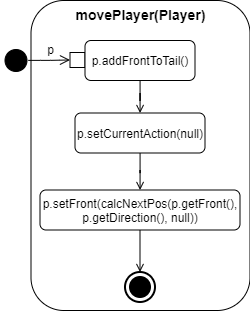
The draw.io diagram Doku/images/AD_movePlayer.png in KjellooMelloo/gameoftrons, before a commit. Source tidied: cells renumbered, new cells last; positions are measured from the earlier drawing's top-left corner, leaving out a move shared by most shapes. Source of this version:
```xml
<mxGraphModel>
  <root>
    <mxCell id="0" />
    <mxCell id="1" parent="0" />
    <mxCell id="2" value="&lt;b&gt;&lt;font style=&quot;font-size: 14px&quot;&gt;movePlayer(Player)&lt;/font&gt;&lt;/b&gt;" style="rounded=1;whiteSpace=wrap;html=1;align=center;verticalAlign=top;" parent="1" vertex="1">
      <mxGeometry x="30.5" width="219" height="310" as="geometry" />
    </mxCell>
    <mxCell id="3" style="ellipse;html=1;shape=startState;fillColor=#000000;strokeColor=#000000;align=center;" parent="1" vertex="1">
      <mxGeometry x="0.5" y="45" width="30" height="30" as="geometry" />
    </mxCell>
    <mxCell id="4" style="edgeStyle=orthogonalEdgeStyle;html=1;verticalAlign=bottom;endArrow=open;endSize=8;strokeColor=#000000;entryX=0;entryY=0.5;entryDx=0;entryDy=0;exitX=0.909;exitY=0.496;exitDx=0;exitDy=0;exitPerimeter=0;" parent="1" edge="1" source="3" target="5">
      <mxGeometry relative="1" as="geometry" />
    </mxCell>
    <mxCell id="5" style="rounded=0;whiteSpace=wrap;html=1;strokeColor=#000000;align=center;" parent="1" vertex="1">
      <mxGeometry x="69.5" y="52" width="15" height="15" as="geometry" />
    </mxCell>
    <mxCell id="6" value="p" style="text;html=1;align=center;verticalAlign=middle;" parent="1" vertex="1">
      <mxGeometry x="39.5" y="39" width="20" height="20" as="geometry" />
    </mxCell>
    <mxCell id="7" style="edgeStyle=orthogonalEdgeStyle;rounded=0;jettySize=auto;html=1;endArrow=open;endFill=0;" parent="1" edge="1" source="8" target="10">
      <mxGeometry relative="1" as="geometry" />
    </mxCell>
    <mxCell id="8" value="p.addFrontToTail()" style="shape=rect;html=1;rounded=1;whiteSpace=wrap;align=center;" parent="1" vertex="1">
      <mxGeometry x="84.5" y="40" width="110" height="40" as="geometry" />
    </mxCell>
    <mxCell id="9" style="edgeStyle=orthogonalEdgeStyle;rounded=0;jettySize=auto;html=1;endArrow=open;endFill=0;" parent="1" edge="1" source="10" target="12">
      <mxGeometry relative="1" as="geometry" />
    </mxCell>
    <mxCell id="10" value="p.setCurrentAction(null)" style="shape=rect;html=1;rounded=1;whiteSpace=wrap;align=center;" parent="1" vertex="1">
      <mxGeometry x="74.5" y="112.5" width="130" height="40" as="geometry" />
    </mxCell>
    <mxCell id="11" style="edgeStyle=orthogonalEdgeStyle;rounded=0;jettySize=auto;html=1;entryX=0.5;entryY=0;entryDx=0;entryDy=0;entryPerimeter=0;endArrow=open;endFill=0;" parent="1" edge="1" source="12" target="13">
      <mxGeometry relative="1" as="geometry" />
    </mxCell>
    <mxCell id="12" value="p.setFront(calcNextPos(p.getFront(), p.getDirection(), null))" style="shape=rect;html=1;rounded=1;whiteSpace=wrap;align=center;" parent="1" vertex="1">
      <mxGeometry x="39.5" y="189.5" width="200" height="40" as="geometry" />
    </mxCell>
    <mxCell id="13" style="html=1;shape=mxgraph.sysml.actFinal;strokeWidth=2;verticalLabelPosition=bottom;verticalAlignment=top;align=center;" parent="1" vertex="1">
      <mxGeometry x="124.5" y="271.5" width="30" height="30" as="geometry" />
    </mxCell>
  </root>
</mxGraphModel>
```
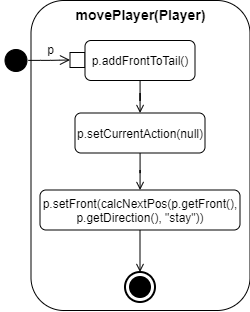
Above is the later version.

What changed in the source:
```diff
@@ -32,7 +32,7 @@
     <mxCell id="11" style="edgeStyle=orthogonalEdgeStyle;rounded=0;jettySize=auto;html=1;entryX=0.5;entryY=0;entryDx=0;entryDy=0;entryPerimeter=0;endArrow=open;endFill=0;" parent="1" edge="1" source="12" target="13">
       <mxGeometry relative="1" as="geometry" />
     </mxCell>
-    <mxCell id="12" value="p.setFront(calcNextPos(p.getFront(), p.getDirection(), null))" style="shape=rect;html=1;rounded=1;whiteSpace=wrap;align=center;" parent="1" vertex="1">
+    <mxCell id="12" value="p.setFront(calcNextPos(p.getFront(), p.getDirection(), &quot;stay&quot;))" style="shape=rect;html=1;rounded=1;whiteSpace=wrap;align=center;" parent="1" vertex="1">
       <mxGeometry x="39.5" y="189.5" width="200" height="40" as="geometry" />
     </mxCell>
     <mxCell id="13" style="html=1;shape=mxgraph.sysml.actFinal;strokeWidth=2;verticalLabelPosition=bottom;verticalAlignment=top;align=center;" parent="1" vertex="1">
```
